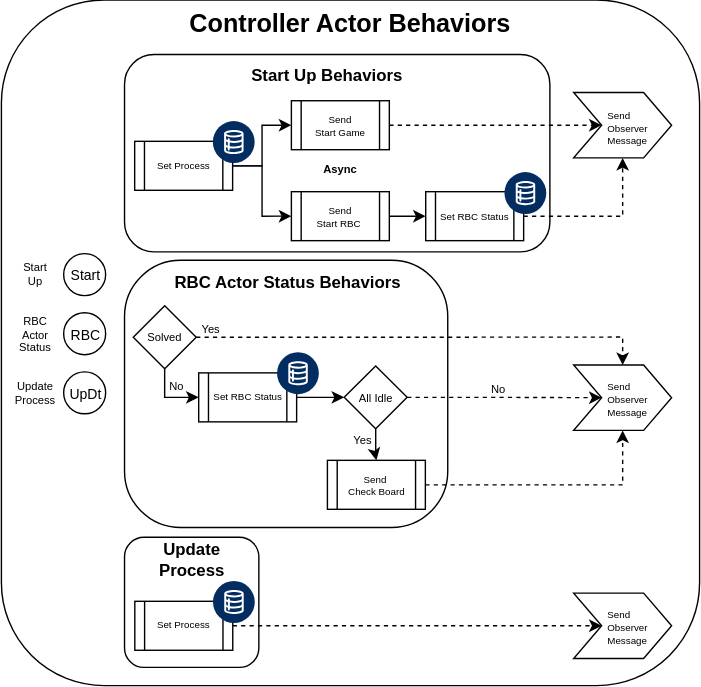
sunlao/py_sudoku_solver keeps this draw.io diagram as docs/ControllerActor.svg. Above is the earlier version. Source tidied: cells renumbered, new cells last; positions are measured from the earlier drawing's top-left corner, leaving out a move shared by most shapes.
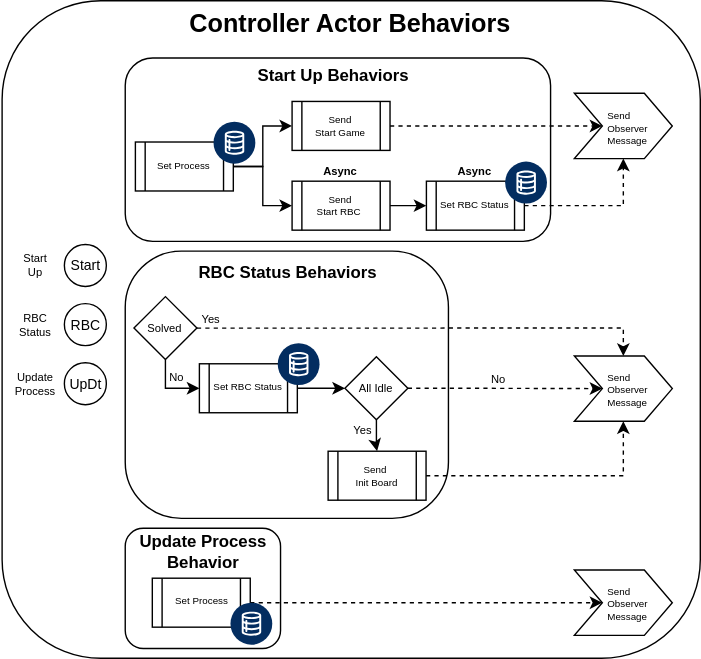
After the change.

What changed in the source:
```diff
@@ -3,10 +3,10 @@
     <mxCell id="0" />
     <mxCell id="1" parent="0" />
     <mxCell id="2" style="rounded=1;whiteSpace=wrap;html=1;" parent="1" vertex="1">
-      <mxGeometry x="1" width="499" height="490" as="geometry" />
+      <mxGeometry x="1" y="7" width="499" height="470" as="geometry" />
     </mxCell>
     <mxCell id="3" style="rounded=1;whiteSpace=wrap;html=1;" parent="1" vertex="1">
-      <mxGeometry x="89" y="39" width="304" height="141" as="geometry" />
+      <mxGeometry x="89" y="48" width="304" height="131" as="geometry" />
     </mxCell>
     <mxCell id="4" value="UpDt" style="ellipse;whiteSpace=wrap;html=1;fontSize=10;" parent="1" vertex="1">
       <mxGeometry x="45.5" y="265.8" width="30" height="30" as="geometry" />
@@ -18,13 +18,13 @@
       <mxGeometry relative="1" as="geometry" />
     </mxCell>
     <mxCell id="7" value="Send &lt;br&gt;Start RBC&amp;nbsp;" style="shape=process;whiteSpace=wrap;html=1;backgroundOutline=1;fontSize=7;" parent="1" vertex="1">
-      <mxGeometry x="208.2" y="137" width="70" height="35" as="geometry" />
+      <mxGeometry x="208.2" y="136" width="70" height="35" as="geometry" />
     </mxCell>
-    <mxCell id="8" style="edgeStyle=orthogonalEdgeStyle;rounded=0;jettySize=auto;html=1;entryX=0.5;entryY=1;entryDx=0;entryDy=0;dashed=1;" parent="1" edge="1" source="9" target="49">
+    <mxCell id="8" style="edgeStyle=orthogonalEdgeStyle;rounded=0;jettySize=auto;html=1;dashed=1;entryX=0.5;entryY=1;entryDx=0;entryDy=0;" parent="1" edge="1" source="9" target="49">
       <mxGeometry relative="1" as="geometry" />
     </mxCell>
     <mxCell id="9" value="Set RBC Status" style="shape=process;whiteSpace=wrap;html=1;backgroundOutline=1;fontSize=7;" parent="1" vertex="1">
-      <mxGeometry x="304.2" y="137" width="70" height="35" as="geometry" />
+      <mxGeometry x="304.2" y="136" width="70" height="35" as="geometry" />
     </mxCell>
     <mxCell id="10" style="edgeStyle=orthogonalEdgeStyle;rounded=0;jettySize=auto;html=1;entryX=0;entryY=0.5;entryDx=0;entryDy=0;" parent="1" edge="1" source="12" target="41">
       <mxGeometry relative="1" as="geometry" />
@@ -33,21 +33,21 @@
       <mxGeometry relative="1" as="geometry" />
     </mxCell>
     <mxCell id="12" value="Set Process" style="shape=process;whiteSpace=wrap;html=1;backgroundOutline=1;fontSize=7;" parent="1" vertex="1">
-      <mxGeometry x="96.2" y="101" width="70" height="35" as="geometry" />
+      <mxGeometry x="96.2" y="108" width="70" height="35" as="geometry" />
     </mxCell>
     <mxCell id="13" style="verticalLabelPosition=bottom;html=1;shape=mxgraph.salesforce.data2;fillColorStyles=fillColor2,fillColor3;fillColor2=#032d60;fillColor3=#ffffff;fillColor=none;strokeColor=none;" parent="1" vertex="1">
-      <mxGeometry x="152.1" y="86.5" width="30" height="30" as="geometry" />
+      <mxGeometry x="152.1" y="93.5" width="30" height="30" as="geometry" />
     </mxCell>
     <mxCell id="14" style="verticalLabelPosition=bottom;html=1;shape=mxgraph.salesforce.data2;fillColorStyles=fillColor2,fillColor3;fillColor2=#032d60;fillColor3=#ffffff;fillColor=none;strokeColor=none;" parent="1" vertex="1">
-      <mxGeometry x="360.5" y="123" width="30" height="30" as="geometry" />
+      <mxGeometry x="360.5" y="122" width="30" height="30" as="geometry" />
     </mxCell>
     <mxCell id="15" value="Start Up Behaviors" style="text;html=1;whiteSpace=wrap;strokeColor=none;fillColor=none;align=center;verticalAlign=middle;rounded=0;fontStyle=1;" parent="1" vertex="1">
-      <mxGeometry x="85.8" y="39" width="295.2" height="30" as="geometry" />
+      <mxGeometry x="85.8" y="46" width="304.2" height="30" as="geometry" />
     </mxCell>
     <mxCell id="16" style="rounded=1;whiteSpace=wrap;html=1;arcSize=21;" parent="1" vertex="1">
       <mxGeometry x="89" y="186" width="231" height="191" as="geometry" />
     </mxCell>
-    <mxCell id="17" value="RBC Actor Status Behaviors" style="text;html=1;whiteSpace=wrap;strokeColor=none;fillColor=none;align=center;verticalAlign=middle;rounded=0;fontStyle=1;" parent="1" vertex="1">
+    <mxCell id="17" value="RBC Status Behaviors" style="text;html=1;whiteSpace=wrap;strokeColor=none;fillColor=none;align=center;verticalAlign=middle;rounded=0;fontStyle=1;" parent="1" vertex="1">
       <mxGeometry x="91" y="187" width="229" height="30" as="geometry" />
     </mxCell>
     <mxCell id="18" style="edgeStyle=orthogonalEdgeStyle;rounded=0;jettySize=auto;html=1;entryX=0.5;entryY=0;entryDx=0;entryDy=0;" parent="1" edge="1" source="20" target="27">
@@ -77,24 +77,24 @@
     <mxCell id="26" style="edgeStyle=orthogonalEdgeStyle;rounded=0;jettySize=auto;html=1;entryX=0.5;entryY=1;entryDx=0;entryDy=0;dashed=1;" parent="1" edge="1" source="27" target="48">
       <mxGeometry relative="1" as="geometry" />
     </mxCell>
-    <mxCell id="27" value="Send&amp;nbsp;&lt;div&gt;Check Board&lt;/div&gt;" style="shape=process;whiteSpace=wrap;html=1;backgroundOutline=1;fontSize=7;" parent="1" vertex="1">
+    <mxCell id="27" value="Send&amp;nbsp;&lt;div&gt;Init Board&lt;/div&gt;" style="shape=process;whiteSpace=wrap;html=1;backgroundOutline=1;fontSize=7;" parent="1" vertex="1">
       <mxGeometry x="234" y="329" width="70" height="35" as="geometry" />
     </mxCell>
     <mxCell id="28" value="RBC" style="ellipse;whiteSpace=wrap;html=1;fontSize=10;" parent="1" vertex="1">
       <mxGeometry x="45.5" y="223.5" width="30" height="30" as="geometry" />
     </mxCell>
-    <mxCell id="29" value="RBC Actor Status" style="text;html=1;whiteSpace=wrap;strokeColor=none;fillColor=none;align=center;verticalAlign=middle;rounded=0;fontSize=8;" parent="1" vertex="1">
+    <mxCell id="29" value="RBC Status" style="text;html=1;whiteSpace=wrap;strokeColor=none;fillColor=none;align=center;verticalAlign=middle;rounded=0;fontSize=8;" parent="1" vertex="1">
       <mxGeometry x="10" y="223.5" width="30" height="30" as="geometry" />
     </mxCell>
     <mxCell id="30" value="Async" style="text;html=1;whiteSpace=wrap;strokeColor=none;fillColor=none;align=center;verticalAlign=middle;rounded=0;fontSize=8;fontStyle=1;" parent="1" vertex="1">
-      <mxGeometry x="233.2" y="114.5" width="20" height="12.5" as="geometry" />
+      <mxGeometry x="233.2" y="122.5" width="20" height="12.5" as="geometry" />
     </mxCell>
     <mxCell id="31" value="Controller Actor Behaviors" style="text;html=1;whiteSpace=wrap;strokeColor=none;fillColor=none;align=center;verticalAlign=middle;rounded=0;fontStyle=1;fontSize=18;" parent="1" vertex="1">
-      <mxGeometry y="3" width="500" height="27" as="geometry" />
+      <mxGeometry y="10" width="500" height="27" as="geometry" />
     </mxCell>
-    <mxCell id="32" style="edgeStyle=orthogonalEdgeStyle;rounded=0;jettySize=auto;html=1;" parent="1" edge="1" target="x">
+    <mxCell id="32" style="edgeStyle=orthogonalEdgeStyle;rounded=0;orthogonalLoop=1;jettySize=auto;html=1;" parent="1" edge="1">
       <mxGeometry relative="1" as="geometry">
-        <mxPoint x="544.2" y="242.5" as="sourcePoint" />
+        <mxPoint x="544.2" y="249.5" as="sourcePoint" />
       </mxGeometry>
     </mxCell>
     <mxCell id="33" style="edgeStyle=orthogonalEdgeStyle;rounded=0;jettySize=auto;html=1;entryX=0.5;entryY=0;entryDx=0;entryDy=0;dashed=1;" parent="1" edge="1" source="35" target="48">
@@ -118,25 +118,25 @@
       <mxGeometry x="115.5" y="270" width="20" height="12.5" as="geometry" />
     </mxCell>
     <mxCell id="38" style="rounded=1;whiteSpace=wrap;html=1;" parent="1" vertex="1">
-      <mxGeometry x="89" y="384" width="96" height="93" as="geometry" />
+      <mxGeometry x="89" y="384" width="111" height="86" as="geometry" />
     </mxCell>
-    <mxCell id="39" value="Update Process" style="text;html=1;whiteSpace=wrap;strokeColor=none;fillColor=none;align=center;verticalAlign=middle;rounded=0;fontStyle=1;" parent="1" vertex="1">
-      <mxGeometry x="92" y="385" width="90" height="30" as="geometry" />
+    <mxCell id="39" value="Update Process Behavior" style="text;html=1;whiteSpace=wrap;strokeColor=none;fillColor=none;align=center;verticalAlign=middle;rounded=0;fontStyle=1;" parent="1" vertex="1">
+      <mxGeometry x="91" y="386" width="108" height="30" as="geometry" />
     </mxCell>
     <mxCell id="40" style="edgeStyle=orthogonalEdgeStyle;rounded=0;jettySize=auto;html=1;entryX=0;entryY=0.5;entryDx=0;entryDy=0;dashed=1;" parent="1" edge="1" source="41" target="49">
       <mxGeometry relative="1" as="geometry" />
     </mxCell>
     <mxCell id="41" value="Send &lt;br&gt;Start Game" style="shape=process;whiteSpace=wrap;html=1;backgroundOutline=1;fontSize=7;" parent="1" vertex="1">
-      <mxGeometry x="208.2" y="72" width="70" height="35" as="geometry" />
+      <mxGeometry x="208.2" y="79" width="70" height="35" as="geometry" />
     </mxCell>
     <mxCell id="42" style="edgeStyle=orthogonalEdgeStyle;rounded=0;jettySize=auto;html=1;entryX=0;entryY=0.5;entryDx=0;entryDy=0;dashed=1;" parent="1" edge="1" source="43" target="47">
       <mxGeometry relative="1" as="geometry" />
     </mxCell>
     <mxCell id="43" value="Set Process" style="shape=process;whiteSpace=wrap;html=1;backgroundOutline=1;fontSize=7;" parent="1" vertex="1">
-      <mxGeometry x="96.3" y="429.8" width="70" height="35" as="geometry" />
+      <mxGeometry x="108.3" y="419.8" width="70" height="35" as="geometry" />
     </mxCell>
     <mxCell id="44" style="verticalLabelPosition=bottom;html=1;shape=mxgraph.salesforce.data2;fillColorStyles=fillColor2,fillColor3;fillColor2=#032d60;fillColor3=#ffffff;fillColor=none;strokeColor=none;" parent="1" vertex="1">
-      <mxGeometry x="152.2" y="415.2" width="30" height="30" as="geometry" />
+      <mxGeometry x="164.2" y="437.2" width="30" height="30" as="geometry" />
     </mxCell>
     <mxCell id="45" value="Start" style="ellipse;whiteSpace=wrap;html=1;fontSize=10;" parent="1" vertex="1">
       <mxGeometry x="45.5" y="181.2" width="30" height="30" as="geometry" />
@@ -145,13 +145,16 @@
       <mxGeometry x="10" y="181.2" width="30" height="30" as="geometry" />
     </mxCell>
     <mxCell id="47" value="&lt;div style=&quot;line-height: 70%; padding-left: 22px;&quot;&gt;&lt;font style=&quot;font-size: 7px; line-height: 70%;&quot;&gt;Send&amp;nbsp;&lt;/font&gt;&lt;div&gt;&lt;font style=&quot;font-size: 7px; line-height: 70%;&quot;&gt;Observer&lt;/font&gt;&lt;/div&gt;&lt;div&gt;&lt;font style=&quot;font-size: 7px; line-height: 70%;&quot;&gt;Message&lt;/font&gt;&lt;/div&gt;&lt;/div&gt;" style="shape=step;perimeter=stepPerimeter;whiteSpace=wrap;html=1;fixedSize=1;align=left;" parent="1" vertex="1">
-      <mxGeometry x="410" y="423.9" width="70" height="46.7" as="geometry" />
+      <mxGeometry x="410" y="413.9" width="70" height="46.7" as="geometry" />
     </mxCell>
     <mxCell id="48" value="&lt;div style=&quot;line-height: 70%; padding-left: 22px;&quot;&gt;&lt;font style=&quot;font-size: 7px; line-height: 70%;&quot;&gt;Send&amp;nbsp;&lt;/font&gt;&lt;div&gt;&lt;font style=&quot;font-size: 7px; line-height: 70%;&quot;&gt;Observer&lt;/font&gt;&lt;/div&gt;&lt;div&gt;&lt;font style=&quot;font-size: 7px; line-height: 70%;&quot;&gt;Message&lt;/font&gt;&lt;/div&gt;&lt;/div&gt;" style="shape=step;perimeter=stepPerimeter;whiteSpace=wrap;html=1;fixedSize=1;align=left;" parent="1" vertex="1">
       <mxGeometry x="410" y="260.9" width="70" height="46.7" as="geometry" />
     </mxCell>
     <mxCell id="49" value="&lt;div style=&quot;line-height: 70%; padding-left: 22px;&quot;&gt;&lt;font style=&quot;font-size: 7px; line-height: 70%;&quot;&gt;Send&amp;nbsp;&lt;/font&gt;&lt;div&gt;&lt;font style=&quot;font-size: 7px; line-height: 70%;&quot;&gt;Observer&lt;/font&gt;&lt;/div&gt;&lt;div&gt;&lt;font style=&quot;font-size: 7px; line-height: 70%;&quot;&gt;Message&lt;/font&gt;&lt;/div&gt;&lt;/div&gt;" style="shape=step;perimeter=stepPerimeter;whiteSpace=wrap;html=1;fixedSize=1;align=left;" parent="1" vertex="1">
-      <mxGeometry x="410" y="66.2" width="70" height="46.7" as="geometry" />
+      <mxGeometry x="410" y="73.2" width="70" height="46.7" as="geometry" />
     </mxCell>
+    <mxCell id="50" value="Async" style="text;html=1;whiteSpace=wrap;strokeColor=none;fillColor=none;align=center;verticalAlign=middle;rounded=0;fontSize=8;fontStyle=1;" parent="1" vertex="1">
+      <mxGeometry x="329.2" y="122.5" width="20" height="12.5" as="geometry" />
+    </mxCell>
   </root>
 </mxGraphModel>
```
